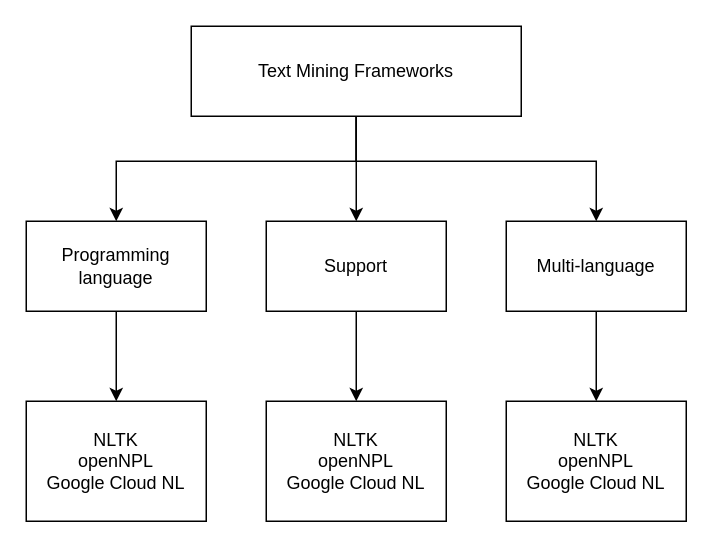
The draw.io diagram diagrams/AHP.drawio in whzd/thesis, before the edit. Source tidied: cells renumbered, new cells numbered last; positions are measured from the earlier drawing's top-left corner, leaving out a move shared by most shapes. Both pictures are drawn from the tidied source at 150%, with x=0, y=0 at pixel (26, 26).
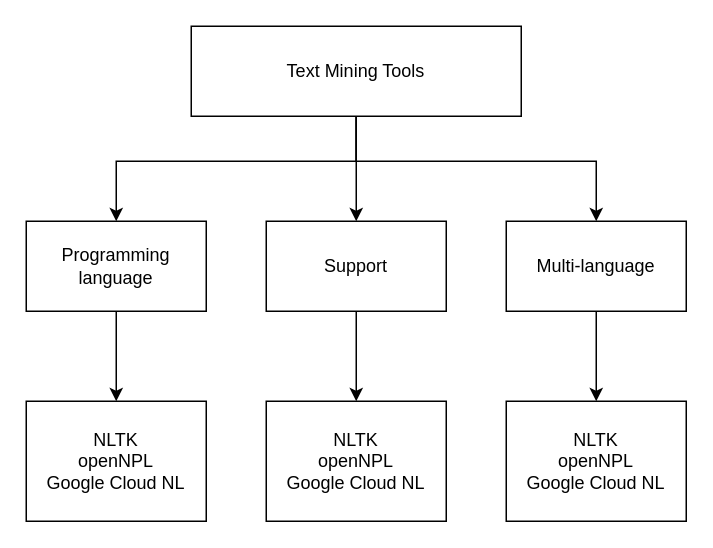
The same page after the edit.

Diff of the diagram source:
```diff
@@
 <mxGraphModel>
   <root>
     <mxCell id="0" />
     <mxCell id="1" parent="0" />
     <mxCell id="2" style="edgeStyle=orthogonalEdgeStyle;rounded=0;jettySize=auto;html=1;" parent="1" edge="1" source="5" target="9">
       <mxGeometry relative="1" as="geometry">
         <Array as="points">
           <mxPoint x="220" y="40" />
           <mxPoint x="220" y="40" />
         </Array>
       </mxGeometry>
     </mxCell>
     <mxCell id="3" style="edgeStyle=orthogonalEdgeStyle;rounded=0;jettySize=auto;html=1;" parent="1" edge="1" source="5" target="7">
       <mxGeometry relative="1" as="geometry">
         <Array as="points">
           <mxPoint x="220" y="90" />
           <mxPoint x="380" y="90" />
         </Array>
       </mxGeometry>
     </mxCell>
     <mxCell id="4" style="edgeStyle=orthogonalEdgeStyle;rounded=0;jettySize=auto;html=1;" parent="1" edge="1" source="5" target="11">
       <mxGeometry relative="1" as="geometry">
         <Array as="points">
           <mxPoint x="220" y="90" />
           <mxPoint x="60" y="90" />
         </Array>
       </mxGeometry>
     </mxCell>
-    <mxCell id="5" value="Text Mining Frameworks" style="rounded=0;whiteSpace=wrap;html=1;" parent="1" vertex="1">
+    <mxCell id="5" value="Text Mining Tools" style="rounded=0;whiteSpace=wrap;html=1;" parent="1" vertex="1">
       <mxGeometry x="110" width="220" height="60" as="geometry" />
     </mxCell>
     <mxCell id="6" style="edgeStyle=orthogonalEdgeStyle;rounded=0;jettySize=auto;html=1;" parent="1" edge="1" source="7" target="14">
       <mxGeometry relative="1" as="geometry" />
     </mxCell>
     <mxCell id="7" value="Multi-language" style="rounded=0;whiteSpace=wrap;html=1;" parent="1" vertex="1">
       <mxGeometry x="320" y="130" width="120" height="60" as="geometry" />
     </mxCell>
     <mxCell id="8" style="edgeStyle=orthogonalEdgeStyle;rounded=0;jettySize=auto;html=1;" parent="1" edge="1" source="9" target="13">
       <mxGeometry relative="1" as="geometry" />
     </mxCell>
     <mxCell id="9" value="Support" style="rounded=0;whiteSpace=wrap;html=1;" parent="1" vertex="1">
       <mxGeometry x="160" y="130" width="120" height="60" as="geometry" />
     </mxCell>
     <mxCell id="10" style="edgeStyle=orthogonalEdgeStyle;rounded=0;jettySize=auto;html=1;" parent="1" edge="1" source="11" target="12">
       <mxGeometry relative="1" as="geometry" />
     </mxCell>
     <mxCell id="11" value="Programming language" style="rounded=0;whiteSpace=wrap;html=1;" parent="1" vertex="1">
       <mxGeometry y="130" width="120" height="60" as="geometry" />
     </mxCell>
     <mxCell id="12" value="NLTK&lt;br&gt;openNPL&lt;br&gt;Google Cloud NL" style="rounded=0;whiteSpace=wrap;html=1;" parent="1" vertex="1">
       <mxGeometry y="250" width="120" height="80" as="geometry" />
     </mxCell>
     <mxCell id="13" value="NLTK&lt;br&gt;openNPL&lt;br&gt;Google Cloud NL" style="rounded=0;whiteSpace=wrap;html=1;" parent="1" vertex="1">
       <mxGeometry x="160" y="250" width="120" height="80" as="geometry" />
     </mxCell>
     <mxCell id="14" value="NLTK&lt;br&gt;openNPL&lt;br&gt;Google Cloud NL" style="rounded=0;whiteSpace=wrap;html=1;" parent="1" vertex="1">
       <mxGeometry x="320" y="250" width="120" height="80" as="geometry" />
     </mxCell>
   </root>
 </mxGraphModel>
```
